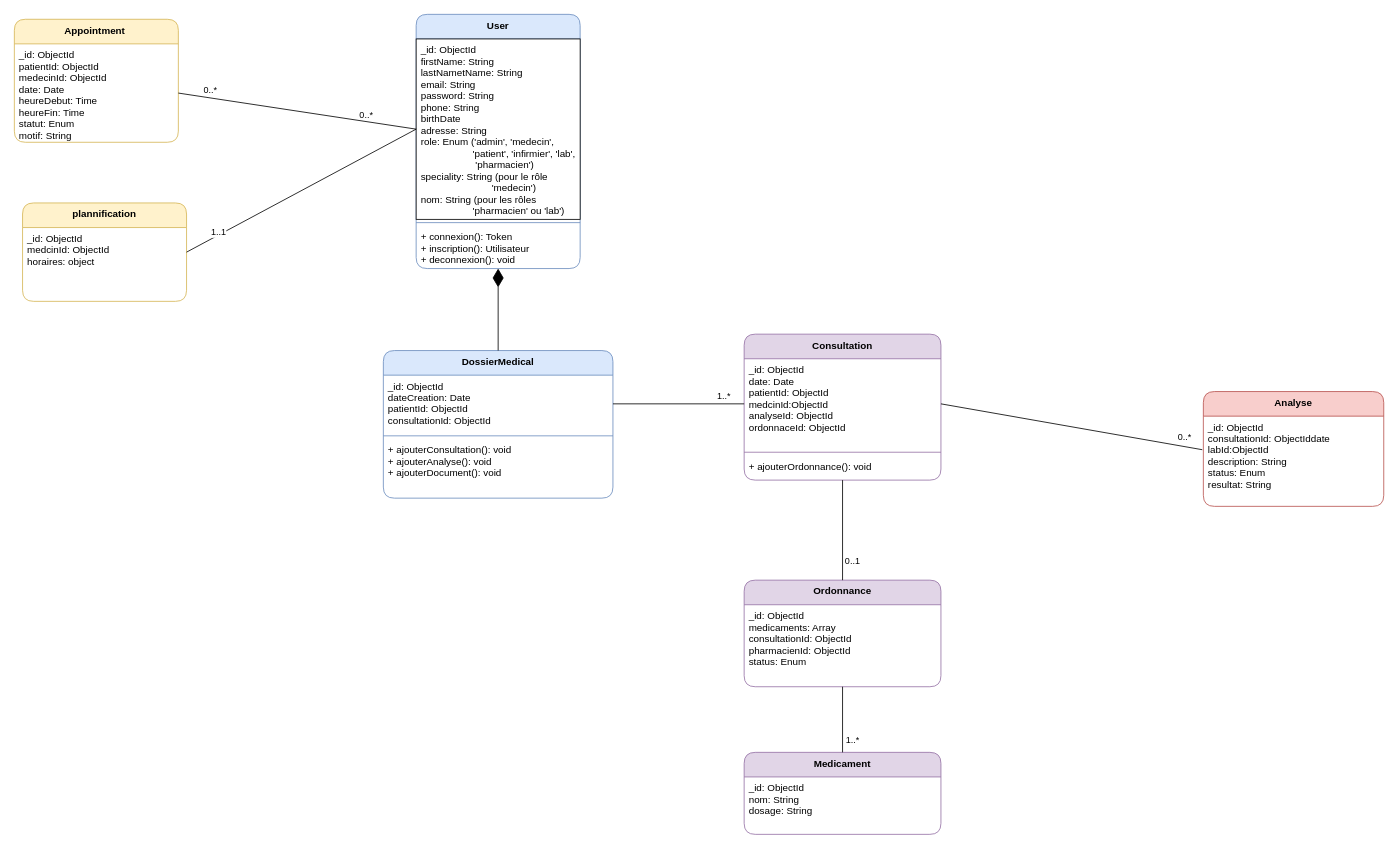
Before: backend/src/uml/medical.drawio in labitayoub/SihatiHub, a draw.io diagram. Source tidied: cells renumbered, new cells numbered last; positions are measured from the earlier drawing's top-left corner, leaving out a move shared by most shapes. Both pictures are drawn from the tidied source at 82%, with x=0, y=0 at pixel (14, 14).
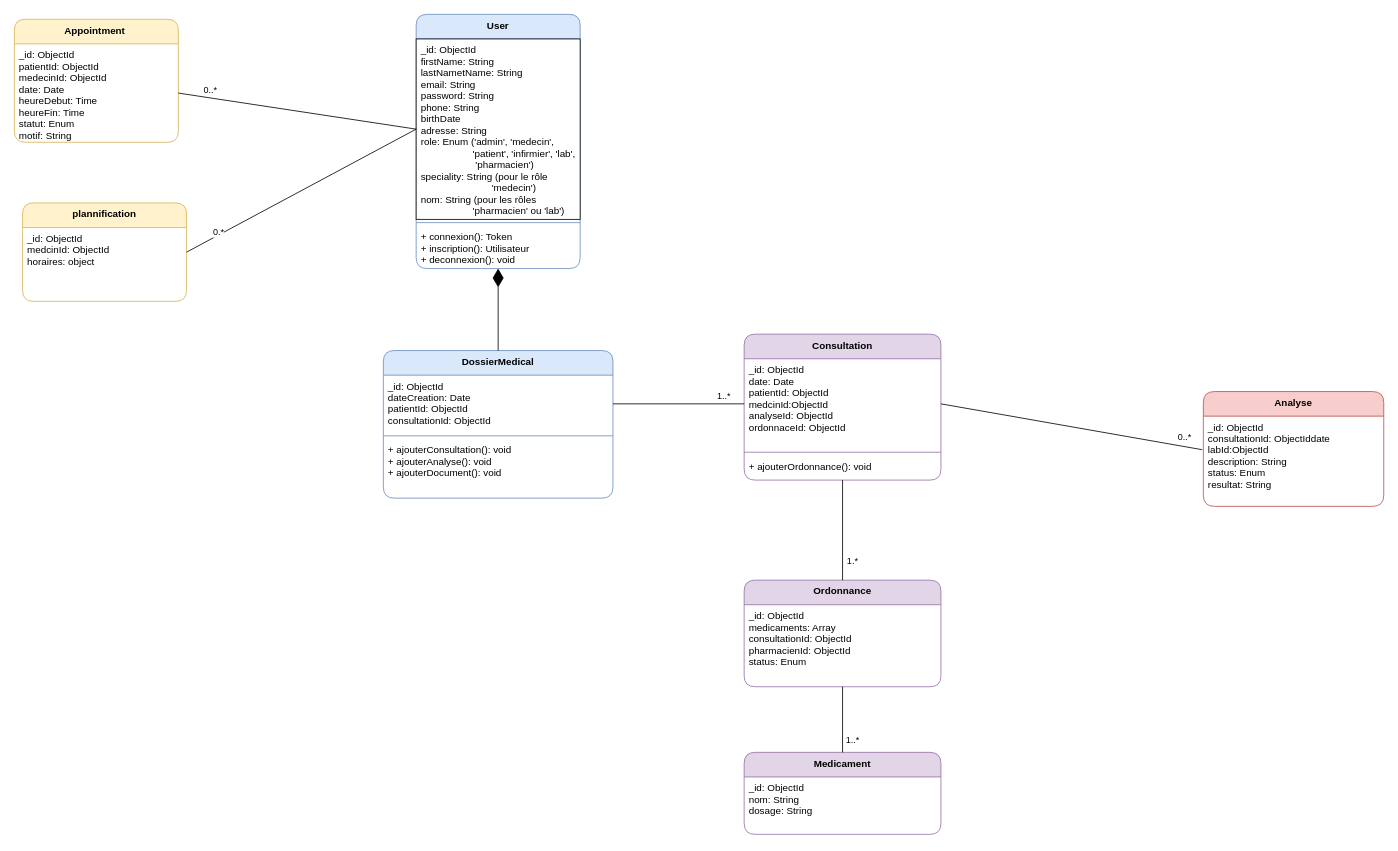
The same diagram, later.

The change refers to these unchanged cells:
```xml
<mxCell id="27" style="endArrow=none;endFill=0;html=1;exitX=0.5;exitY=1;exitDx=0;exitDy=0;entryX=0.5;entryY=0;entryDx=0;entryDy=0;" parent="1" edge="1" source="12" target="16">
  <mxGeometry relative="1" as="geometry" />
</mxCell>
<mxCell id="33" style="endArrow=none;endFill=0;html=1;exitX=0;exitY=0.5;exitDx=0;exitDy=0;entryX=1;entryY=0.5;entryDx=0;entryDy=0;" parent="1" edge="1" source="3" target="37">
  <mxGeometry relative="1" as="geometry" />
</mxCell>
```

Change to the diagram source:
```diff
@@
-    <mxCell id="28" value="0..1" style="edgeLabel;html=1;align=center;verticalAlign=middle;" parent="27" vertex="1">
+    <mxCell id="28" value="1.*" style="edgeLabel;html=1;align=center;verticalAlign=middle;" parent="27" vertex="1">
       <mxGeometry x="0.6" y="1" relative="1" as="geometry">
         <mxPoint x="10" as="offset" />
       </mxGeometry>
     </mxCell>
@@
-    <mxCell id="31" value="&#10;&lt;span style=&quot;color: rgb(0, 0, 0); font-family: Helvetica; font-size: 11px; font-style: normal; font-variant-ligatures: normal; font-variant-caps: normal; font-weight: 400; letter-spacing: normal; orphans: 2; text-align: center; text-indent: 0px; text-transform: none; widows: 2; word-spacing: 0px; -webkit-text-stroke-width: 0px; white-space: nowrap; background-color: rgb(255, 255, 255); text-decoration-thickness: initial; text-decoration-style: initial; text-decoration-color: initial; display: inline !important; float: none;&quot;&gt;0..*&lt;/span&gt;&#10;&#10;" style="edgeLabel;html=1;align=center;verticalAlign=middle;" parent="1" vertex="1">
-      <mxGeometry x="410" y="115" as="geometry">
-        <mxPoint x="18" y="14" as="offset" />
-      </mxGeometry>
-    </mxCell>
@@
-    <mxCell id="34" value="1..1" style="edgeLabel;html=1;align=center;verticalAlign=middle;" parent="33" vertex="1">
+    <mxCell id="34" value="0.*" style="edgeLabel;html=1;align=center;verticalAlign=middle;" parent="33" vertex="1">
       <mxGeometry x="0.8" y="1" relative="1" as="geometry">
         <mxPoint x="10" y="-10" as="offset" />
       </mxGeometry>
     </mxCell>
```
